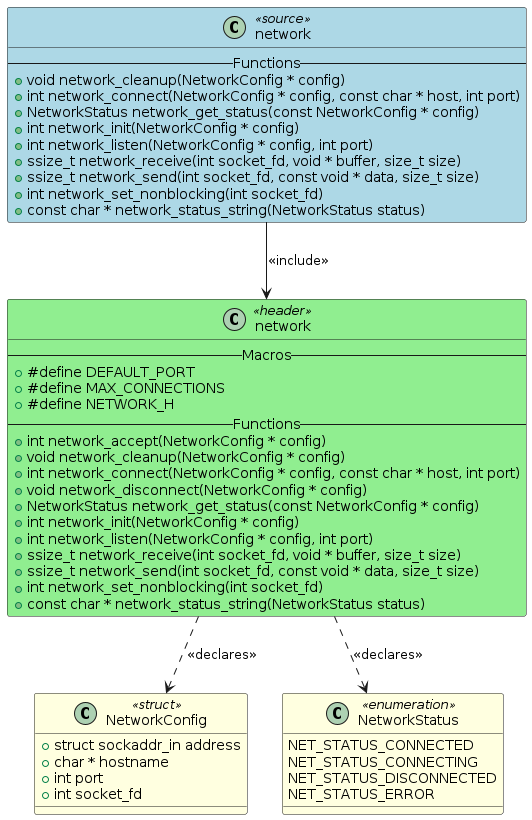
Before: artifacts/output_example/network.png, a diagram exported from PlantUML (fischerjooo/c2puml). Its diagram source:
```plantuml
@startuml network

class "network" as NETWORK <<source>> #LightBlue
{
    -- Functions --
    + void network_cleanup(NetworkConfig * config)
    + int network_connect(NetworkConfig * config, const char * host, int port)
    + NetworkStatus network_get_status(const NetworkConfig * config)
    + int network_init(NetworkConfig * config)
    + int network_listen(NetworkConfig * config, int port)
    + ssize_t network_receive(int socket_fd, void * buffer, size_t size)
    + ssize_t network_send(int socket_fd, const void * data, size_t size)
    + int network_set_nonblocking(int socket_fd)
    + const char * network_status_string(NetworkStatus status)
}

class "network" as HEADER_NETWORK <<header>> #LightGreen
{
    -- Macros --
    + #define DEFAULT_PORT
    + #define MAX_CONNECTIONS
    + #define NETWORK_H
    -- Functions --
    + int network_accept(NetworkConfig * config)
    + void network_cleanup(NetworkConfig * config)
    + int network_connect(NetworkConfig * config, const char * host, int port)
    + void network_disconnect(NetworkConfig * config)
    + NetworkStatus network_get_status(const NetworkConfig * config)
    + int network_init(NetworkConfig * config)
    + int network_listen(NetworkConfig * config, int port)
    + ssize_t network_receive(int socket_fd, void * buffer, size_t size)
    + ssize_t network_send(int socket_fd, const void * data, size_t size)
    + int network_set_nonblocking(int socket_fd)
    + const char * network_status_string(NetworkStatus status)
}

class "NetworkConfig" as TYPEDEF_NETWORKCONFIG <<struct>> #LightYellow
{
    + struct sockaddr_in address
    + char * hostname
    + int port
    + int socket_fd
}

class "NetworkStatus" as TYPEDEF_NETWORKSTATUS <<enumeration>> #LightYellow
{
    NET_STATUS_CONNECTED
    NET_STATUS_CONNECTING
    NET_STATUS_DISCONNECTED
    NET_STATUS_ERROR
}


NETWORK --> HEADER_NETWORK : <<include>>

HEADER_NETWORK ..> TYPEDEF_NETWORKCONFIG : <<declares>>
HEADER_NETWORK ..> TYPEDEF_NETWORKSTATUS : <<declares>>


@enduml
```
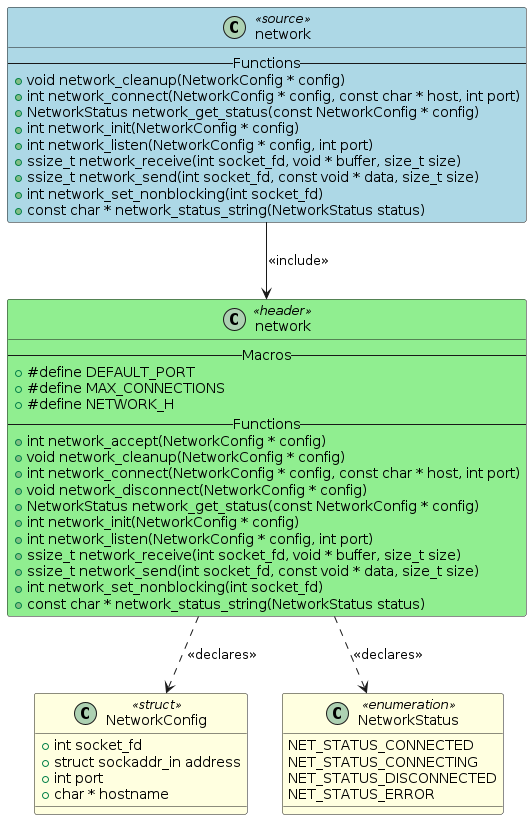
After the commit.

Diff of the diagram source:
```diff
@@ -36,10 +36,10 @@
 
 class "NetworkConfig" as TYPEDEF_NETWORKCONFIG <<struct>> #LightYellow
 {
+    + int socket_fd
     + struct sockaddr_in address
+    + int port
     + char * hostname
-    + int port
-    + int socket_fd
 }
 
 class "NetworkStatus" as TYPEDEF_NETWORKSTATUS <<enumeration>> #LightYellow
```
